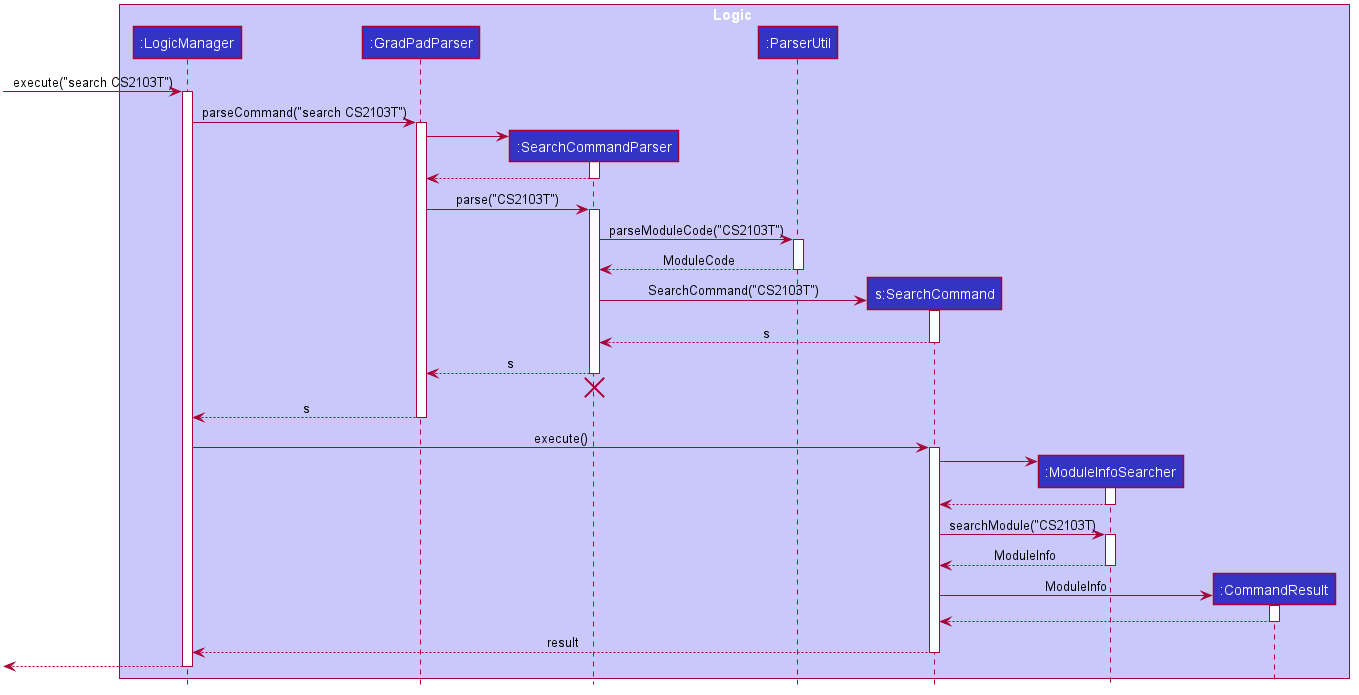
yan-soon/tp keeps this PlantUML diagram as docs/images/SearchSequenceDiagram.png. Above is the earlier version.
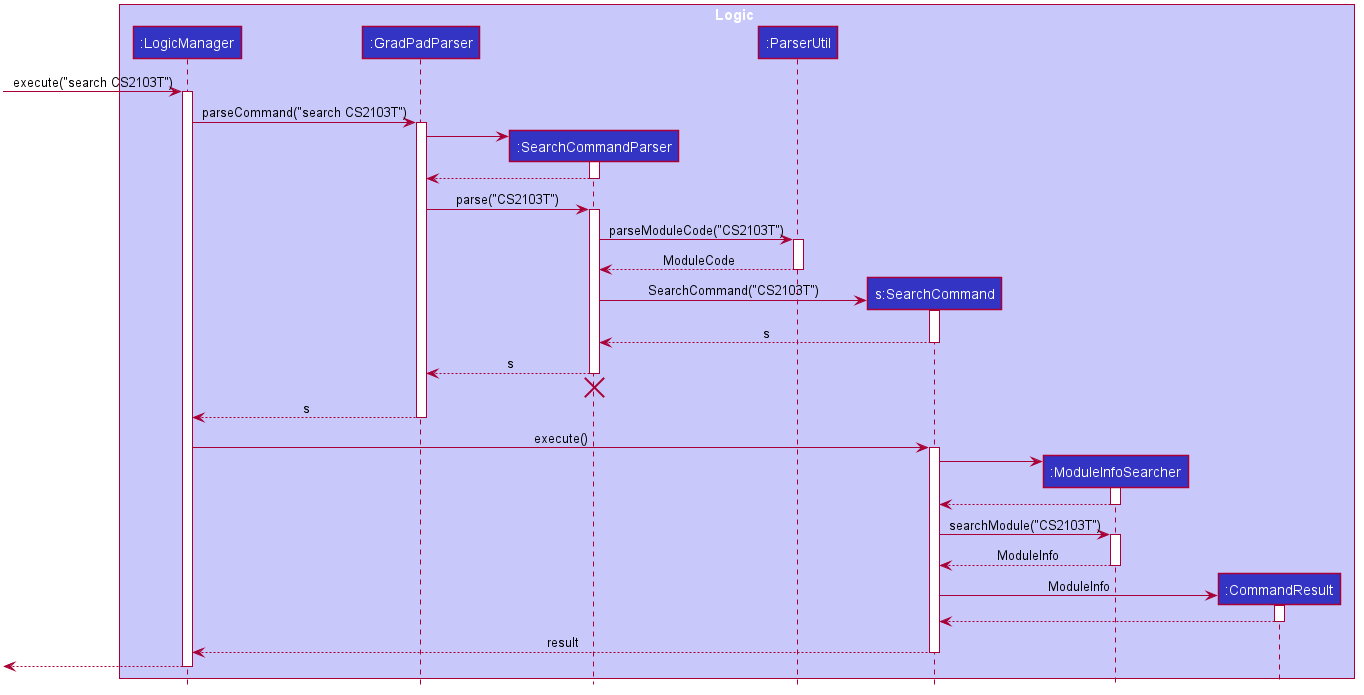
The same file after the commit.

The edit, as a diff of the source:
```diff
@@ -106,7 +106,7 @@
 ModuleInfoSearcher --> SearchCommand
 deactivate ModuleInfoSearcher
 
-SearchCommand -> ModuleInfoSearcher : searchModule("CS2103T)
+SearchCommand -> ModuleInfoSearcher : searchModule("CS2103T")
 activate ModuleInfoSearcher
 
 ModuleInfoSearcher --> SearchCommand : ModuleInfo
```
